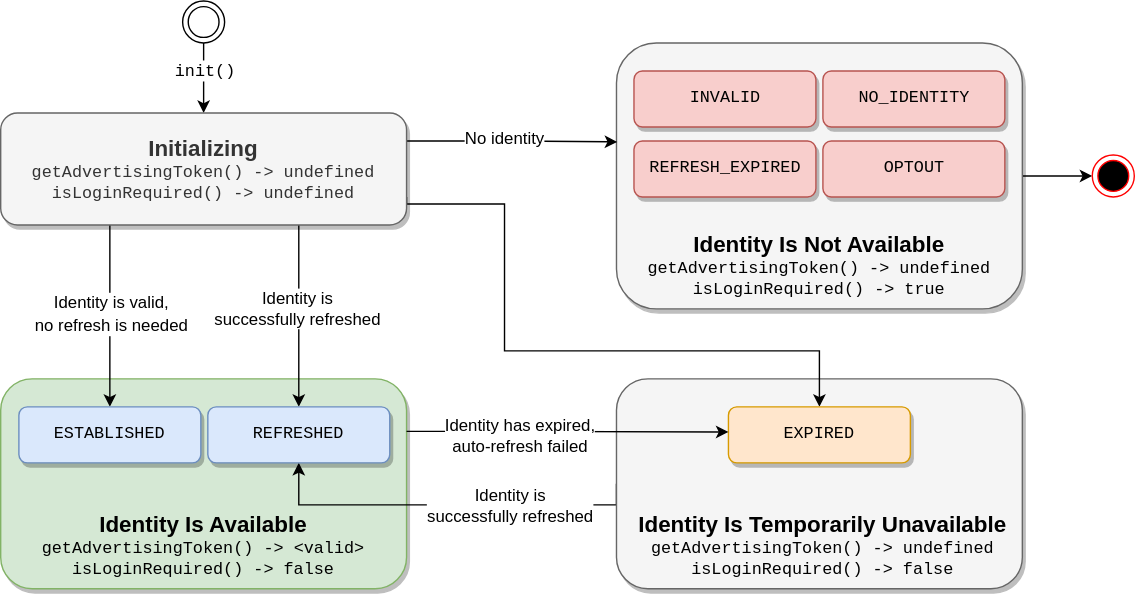
Above: api/v1/sdks/uid2-js-sdk-workflow.svg in IABTechLab/uid2docs (draw.io), before the change. Source tidied: cells renumbered, new cells last; positions are measured from the earlier drawing's top-left corner, leaving out a move shared by most shapes.
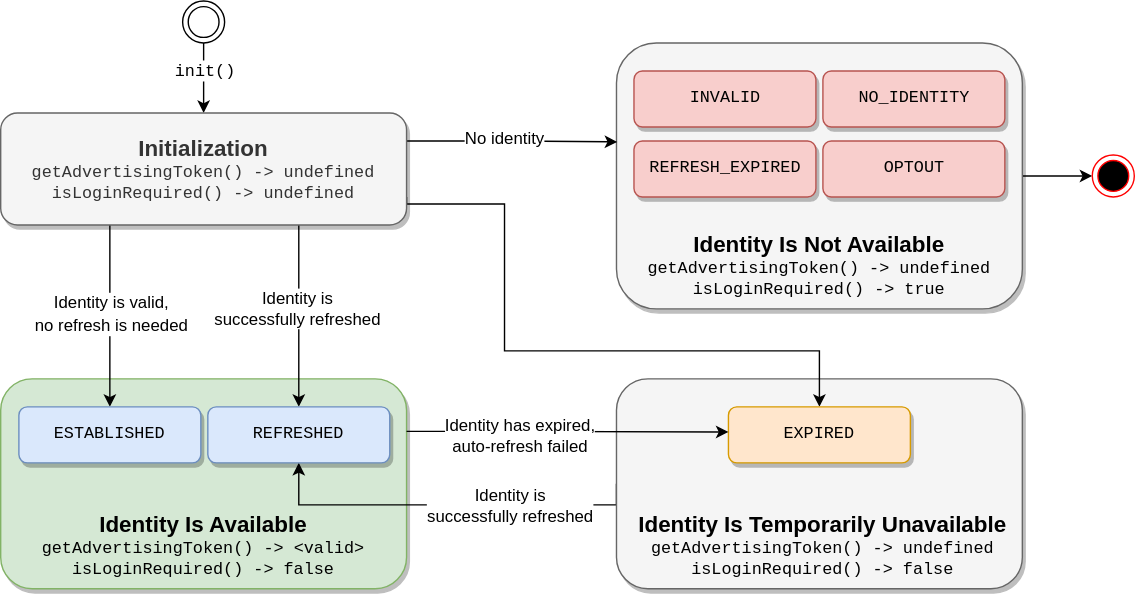
After the commit.

The edit, as a diff of the source:
```diff
@@ -64,7 +64,7 @@
         </Array>
       </mxGeometry>
     </mxCell>
-    <mxCell id="17" value="&lt;b&gt;&lt;font style=&quot;font-size: 16px&quot;&gt;Initializing&lt;/font&gt;&lt;/b&gt;&lt;br&gt;&lt;span style=&quot;&quot;&gt;&lt;font face=&quot;Courier New&quot;&gt;getAdvertisingToken() -&amp;gt; undefined&lt;br&gt;isLoginRequired() -&amp;gt; undefined&lt;/font&gt;&lt;br&gt;&lt;/span&gt;" style="rounded=1;whiteSpace=wrap;html=1;fillColor=#f5f5f5;fontColor=#333333;strokeColor=#666666;shadow=1;labelBackgroundColor=none;" parent="1" vertex="1">
+    <mxCell id="17" value="&lt;b&gt;&lt;font style=&quot;font-size: 16px&quot;&gt;Initialization&lt;/font&gt;&lt;/b&gt;&lt;br&gt;&lt;span&gt;&lt;font face=&quot;Courier New&quot;&gt;getAdvertisingToken() -&amp;gt; undefined&lt;br&gt;isLoginRequired() -&amp;gt; undefined&lt;/font&gt;&lt;br&gt;&lt;/span&gt;" style="rounded=1;whiteSpace=wrap;html=1;fillColor=#f5f5f5;fontColor=#333333;strokeColor=#666666;shadow=1;labelBackgroundColor=none;" parent="1" vertex="1">
       <mxGeometry y="80" width="290" height="80" as="geometry" />
     </mxCell>
     <mxCell id="18" value="&lt;font style=&quot;font-size: 16px&quot;&gt;&lt;b&gt;&lt;font style=&quot;font-size: 16px&quot;&gt;Identity Is Available&lt;/font&gt;&lt;/b&gt;&lt;br&gt;&lt;/font&gt;&lt;span style=&quot;&quot;&gt;&lt;font face=&quot;Courier New&quot;&gt;getAdvertisingToken() -&amp;gt; &amp;lt;valid&amp;gt;&lt;br&gt;isLoginRequired() -&amp;gt; false&lt;/font&gt;&lt;br&gt;&lt;/span&gt;" style="rounded=1;whiteSpace=wrap;html=1;strokeColor=none;fillColor=none;labelBackgroundColor=none;" parent="1" vertex="1">
```
